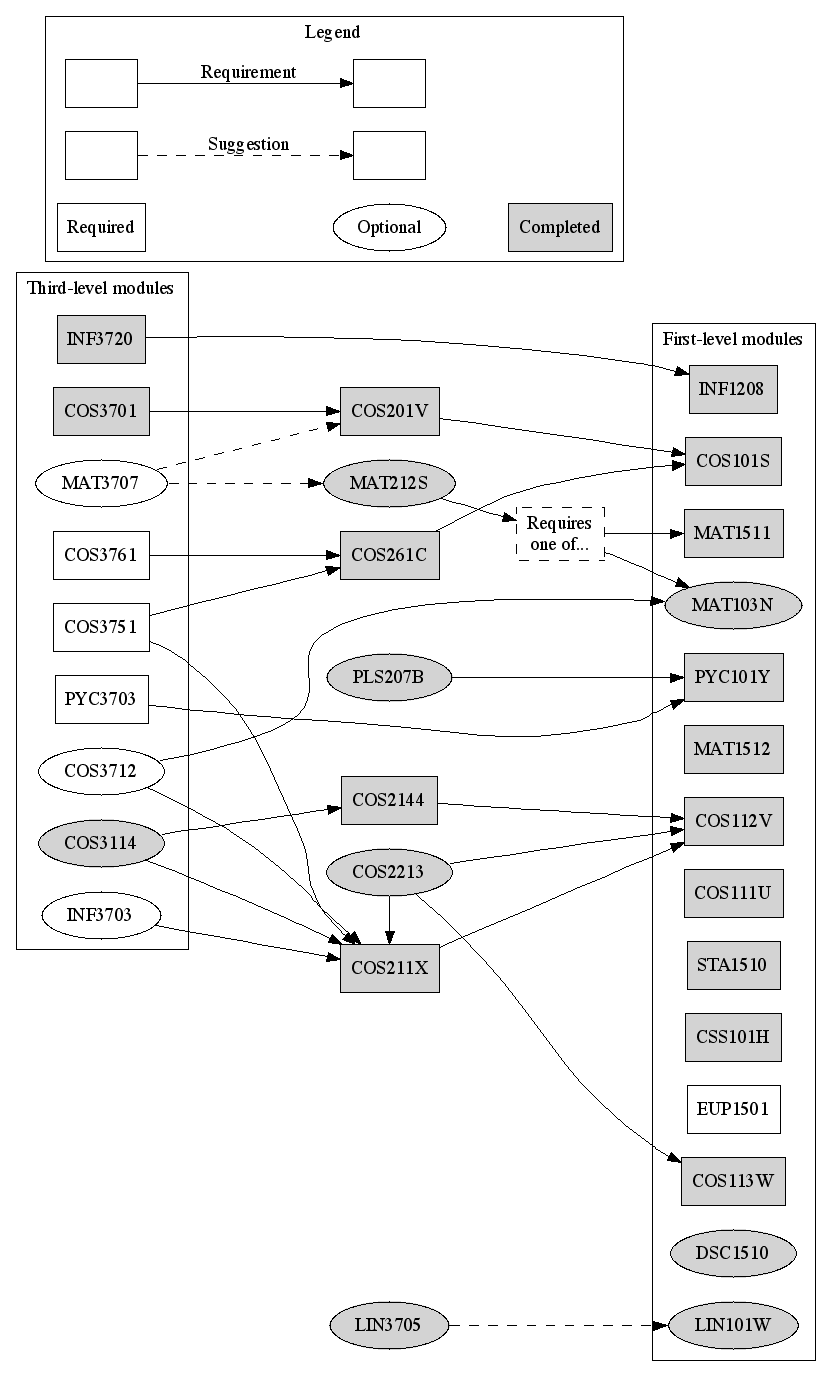
This is ComputationalIntelligence.png from apauley/unisa-module-graph, a Graphviz export, as it was before one commit. Its source is kept beside it as ComputationalIntelligence.dot.
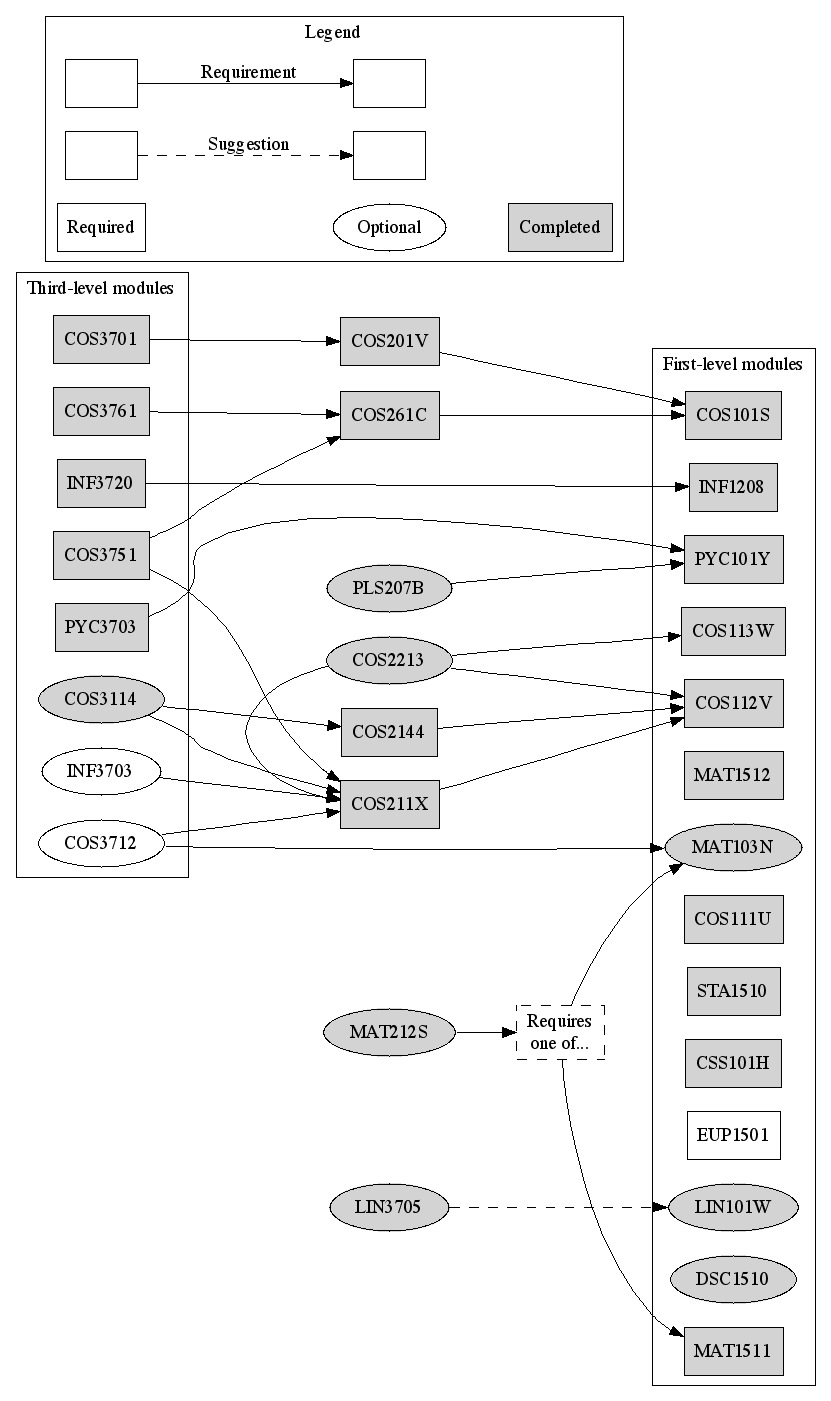
Later version of the same file.

Commit message:
Add completed modules

Diff of the diagram source:
```diff
@@ -8,13 +8,13 @@
         {rank=same;
         COS3701 [style=filled]
         INF3720 [style=filled]
-        COS3751
-        COS3761
-        PYC3703}
+        COS3751 [style=filled]
+        COS3761 [style=filled]
+        PYC3703 [style=filled]}
 
         {rank=same; node [shape=ellipse];
         COS3114 [style=filled]
-        MAT3707 COS3712
+        COS3712
         INF3703}
     }
 
@@ -67,7 +67,6 @@
     PYC3703 -> {PYC101Y}
 
     COS3114 -> {COS211X COS2144}
-    MAT3707 -> {MAT212S COS201V} [style=dashed]
     INF3703 -> {COS211X}
     COS3712 -> {COS211X MAT103N}
 
```
